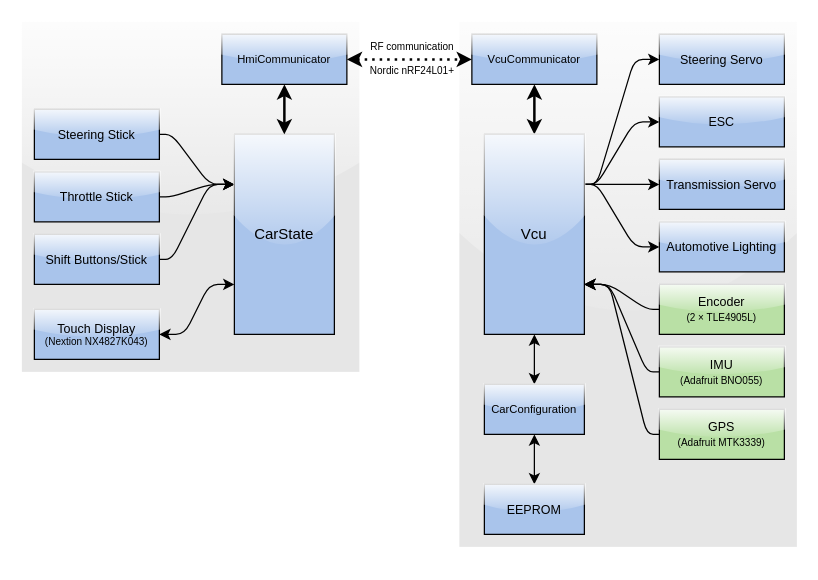
This is documentation/src/images/software-block-diagram.drawio from maartendemunck/earth-rover, a draw.io file, before an edit. Source tidied: cells renumbered, new cells numbered last; positions are measured from the earlier drawing's top-left corner, leaving out a move shared by most shapes. Both pictures are drawn from the tidied source at 125%, with x=0, y=0 at pixel (21, 21).
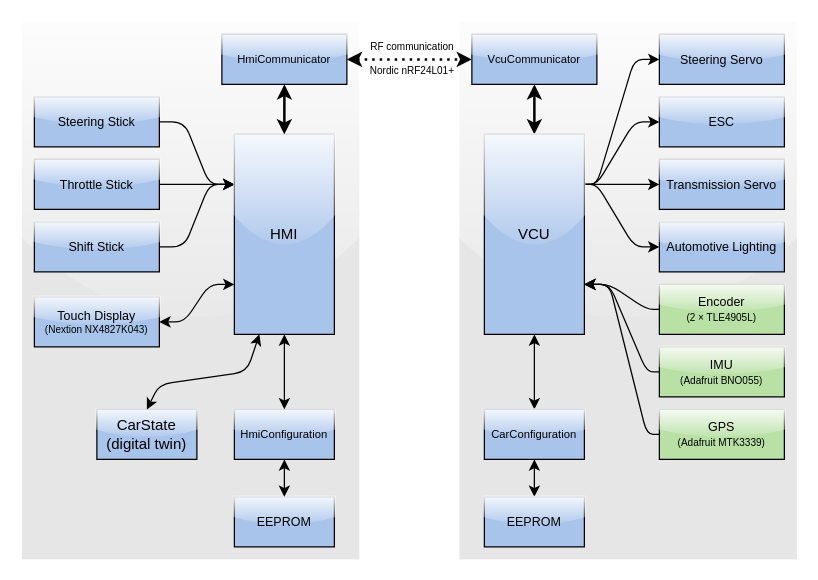
Above is the later version.

What changed in the source:
```diff
@@
     <mxCell id="2" style="rounded=0;whiteSpace=wrap;html=1;fillColor=#E6E6E6;strokeColor=none;fontColor=#333333;glass=1;shadow=0;comic=0;" parent="1" vertex="1">
-      <mxGeometry x="350" width="270" height="420" as="geometry" />
+      <mxGeometry x="350" width="270" height="430" as="geometry" />
     </mxCell>
     <mxCell id="3" style="rounded=0;whiteSpace=wrap;html=1;fillColor=#E6E6E6;strokeColor=none;fontColor=#333333;glass=1;shadow=0;comic=0;spacing=0;spacingTop=0;spacingLeft=0;" parent="1" vertex="1">
-      <mxGeometry width="270" height="280" as="geometry" />
+      <mxGeometry width="270" height="430" as="geometry" />
     </mxCell>
     <mxCell id="4" style="edgeStyle=none;rounded=1;jettySize=auto;html=1;exitX=1;exitY=0.5;exitDx=0;exitDy=0;entryX=0;entryY=0.75;entryDx=0;entryDy=0;startArrow=classic;startFill=1;strokeWidth=1;" parent="1" edge="1" source="5" target="24">
       <mxGeometry relative="1" as="geometry">
         <Array as="points">
-          <mxPoint x="130" y="250" />
+          <mxPoint x="130" y="240" />
           <mxPoint x="150" y="210" />
         </Array>
       </mxGeometry>
     </mxCell>
     <mxCell id="5" value="&lt;div style=&quot;font-size: 10px&quot;&gt;Touch Display&lt;/div&gt;&lt;div style=&quot;font-size: 8px&quot;&gt;&lt;font style=&quot;font-size: 8px&quot;&gt;(Nextion NX4827K043)&lt;br style=&quot;font-size: 10px&quot;&gt;&lt;/font&gt;&lt;/div&gt;" style="rounded=0;whiteSpace=wrap;html=1;fillColor=#A9C4EB;glass=1;direction=east;horizontal=1;fontSize=10;" parent="1" vertex="1">
-      <mxGeometry x="10" y="230" width="100" height="40" as="geometry" />
+      <mxGeometry x="10" y="220" width="100" height="40" as="geometry" />
     </mxCell>
     <mxCell id="6" style="edgeStyle=none;rounded=1;jettySize=auto;html=1;exitX=1;exitY=0.5;exitDx=0;exitDy=0;entryX=0;entryY=0.25;entryDx=0;entryDy=0;startArrow=none;startFill=0;strokeWidth=1;" parent="1" edge="1" source="7" target="24">
       <mxGeometry relative="1" as="geometry">
         <Array as="points">
-          <mxPoint x="120" y="90" />
+          <mxPoint x="130" y="80" />
           <mxPoint x="150" y="130" />
         </Array>
       </mxGeometry>
     </mxCell>
     <mxCell id="7" value="Steering Stick" style="rounded=0;whiteSpace=wrap;html=1;fillColor=#A9C4EB;glass=1;direction=east;horizontal=1;fontSize=10;" parent="1" vertex="1">
-      <mxGeometry x="10" y="70" width="100" height="40" as="geometry" />
+      <mxGeometry x="10" y="60" width="100" height="40" as="geometry" />
     </mxCell>
@@
     <mxCell id="10" style="edgeStyle=none;rounded=1;jettySize=auto;html=1;exitX=1;exitY=0.5;exitDx=0;exitDy=0;entryX=0;entryY=0.25;entryDx=0;entryDy=0;startArrow=none;startFill=0;strokeWidth=1;" parent="1" edge="1" source="11" target="24">
       <mxGeometry relative="1" as="geometry">
         <Array as="points">
-          <mxPoint x="120" y="140" />
           <mxPoint x="150" y="130" />
         </Array>
       </mxGeometry>
     </mxCell>
     <mxCell id="11" value="Throttle Stick" style="rounded=0;whiteSpace=wrap;html=1;fillColor=#A9C4EB;glass=1;direction=east;horizontal=1;fontSize=10;" parent="1" vertex="1">
-      <mxGeometry x="10" y="120" width="100" height="40" as="geometry" />
+      <mxGeometry x="10" y="110" width="100" height="40" as="geometry" />
     </mxCell>
     <mxCell id="12" style="edgeStyle=none;rounded=1;jettySize=auto;html=1;exitX=1;exitY=0.5;exitDx=0;exitDy=0;entryX=0;entryY=0.25;entryDx=0;entryDy=0;startArrow=none;startFill=0;strokeWidth=1;" parent="1" edge="1" source="13" target="24">
       <mxGeometry relative="1" as="geometry">
         <Array as="points">
-          <mxPoint x="120" y="190" />
+          <mxPoint x="130" y="180" />
           <mxPoint x="150" y="130" />
         </Array>
       </mxGeometry>
     </mxCell>
-    <mxCell id="13" value="Shift Buttons/Stick" style="rounded=0;whiteSpace=wrap;html=1;fillColor=#A9C4EB;glass=1;direction=east;horizontal=1;fontSize=10;" parent="1" vertex="1">
-      <mxGeometry x="10" y="170" width="100" height="40" as="geometry" />
+    <mxCell id="13" value="Shift Stick" style="rounded=0;whiteSpace=wrap;html=1;fillColor=#A9C4EB;glass=1;direction=east;horizontal=1;fontSize=10;" parent="1" vertex="1">
+      <mxGeometry x="10" y="160" width="100" height="40" as="geometry" />
     </mxCell>
@@
-    <mxCell id="24" value="&lt;div&gt;CarState&lt;/div&gt;" style="rounded=0;whiteSpace=wrap;html=1;fillColor=#A9C4EB;glass=1;direction=east;" parent="1" vertex="1">
+    <mxCell id="24" value="&lt;div&gt;HMI&lt;/div&gt;" style="rounded=0;whiteSpace=wrap;html=1;fillColor=#A9C4EB;glass=1;direction=east;" parent="1" vertex="1">
       <mxGeometry x="170" y="90" width="80" height="160" as="geometry" />
     </mxCell>
@@
-    <mxCell id="33" value="&lt;div&gt;Vcu&lt;/div&gt;" style="rounded=0;whiteSpace=wrap;html=1;fillColor=#A9C4EB;glass=1;" parent="1" vertex="1">
+    <mxCell id="33" value="VCU" style="rounded=0;whiteSpace=wrap;html=1;fillColor=#A9C4EB;glass=1;" parent="1" vertex="1">
       <mxGeometry x="370" y="90" width="80" height="160" as="geometry" />
     </mxCell>
@@
     <mxCell id="35" value="&lt;div style=&quot;font-size: 9px;&quot;&gt;CarConfiguration&lt;/div&gt;" style="rounded=0;whiteSpace=wrap;html=1;fillColor=#A9C4EB;glass=1;fontSize=9;" parent="1" vertex="1">
-      <mxGeometry x="370" y="290" width="80" height="40" as="geometry" />
+      <mxGeometry x="370" y="310" width="80" height="40" as="geometry" />
     </mxCell>
     <mxCell id="36" value="&lt;div style=&quot;font-size: 10px;&quot;&gt;EEPROM&lt;/div&gt;" style="rounded=0;whiteSpace=wrap;html=1;fillColor=#A9C4EB;glass=1;direction=east;horizontal=1;fontSize=10;" parent="1" vertex="1">
-      <mxGeometry x="370" y="370" width="80" height="40" as="geometry" />
+      <mxGeometry x="370" y="380" width="80" height="40" as="geometry" />
     </mxCell>
@@
+    <mxCell id="38" value="&lt;div style=&quot;font-size: 9px&quot;&gt;HmiConfiguration&lt;/div&gt;" style="rounded=0;whiteSpace=wrap;html=1;fillColor=#A9C4EB;glass=1;fontSize=9;" parent="1" vertex="1">
+      <mxGeometry x="170" y="310" width="80" height="40" as="geometry" />
+    </mxCell>
+    <mxCell id="39" value="&lt;div style=&quot;font-size: 10px;&quot;&gt;EEPROM&lt;/div&gt;" style="rounded=0;whiteSpace=wrap;html=1;fillColor=#A9C4EB;glass=1;direction=east;horizontal=1;fontSize=10;" parent="1" vertex="1">
+      <mxGeometry x="170" y="380" width="80" height="40" as="geometry" />
+    </mxCell>
+    <mxCell id="40" style="edgeStyle=none;rounded=0;jettySize=auto;html=1;exitX=0.5;exitY=1;exitDx=0;exitDy=0;entryX=0.5;entryY=0;entryDx=0;entryDy=0;startArrow=classic;startFill=1;" parent="1" edge="1" source="24" target="38">
+      <mxGeometry relative="1" as="geometry" />
+    </mxCell>
+    <mxCell id="41" style="edgeStyle=none;rounded=0;jettySize=auto;html=1;exitX=0.5;exitY=1;exitDx=0;exitDy=0;entryX=0.5;entryY=0;entryDx=0;entryDy=0;startArrow=classic;startFill=1;" parent="1" edge="1" source="38" target="39">
+      <mxGeometry relative="1" as="geometry" />
+    </mxCell>
+    <mxCell id="42" value="&lt;div&gt;CarState&lt;/div&gt;&lt;div&gt;(digital twin)&lt;br&gt;&lt;/div&gt;" style="rounded=0;whiteSpace=wrap;html=1;fillColor=#A9C4EB;glass=1;direction=east;" parent="1" vertex="1">
+      <mxGeometry x="60" y="310" width="80" height="40" as="geometry" />
+    </mxCell>
+    <mxCell id="43" style="edgeStyle=none;rounded=1;jettySize=auto;html=1;exitX=0.5;exitY=0;exitDx=0;exitDy=0;entryX=0.25;entryY=1;entryDx=0;entryDy=0;startArrow=classic;startFill=1;strokeWidth=1;" parent="1" edge="1" source="42" target="24">
+      <mxGeometry relative="1" as="geometry">
+        <Array as="points">
+          <mxPoint x="110" y="290" />
+          <mxPoint x="180" y="280" />
+        </Array>
+      </mxGeometry>
+    </mxCell>
```
